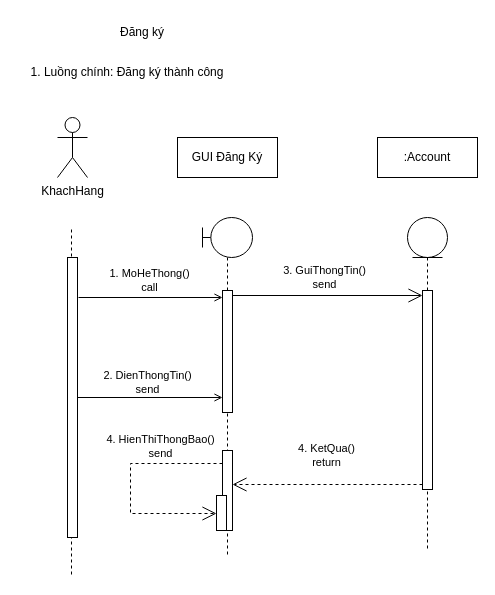
The draw.io diagram page "Biểu đồ trình tự" (4 of 4) of CMC/Phân tích và thiết kế hệ thống/BÀI TẬP PHÂN TÍCH THIẾT KẾ HƯỚNG ĐỐI TƯỢNG.drawio in tranthihuong-753/test, before the edit. Source tidied: cells renumbered, new cells numbered last; positions are measured from the earlier drawing's top-left corner, leaving out a move shared by most shapes. Both pictures are drawn from the tidied source at 100%, with x=0, y=0 at pixel (17, 17).
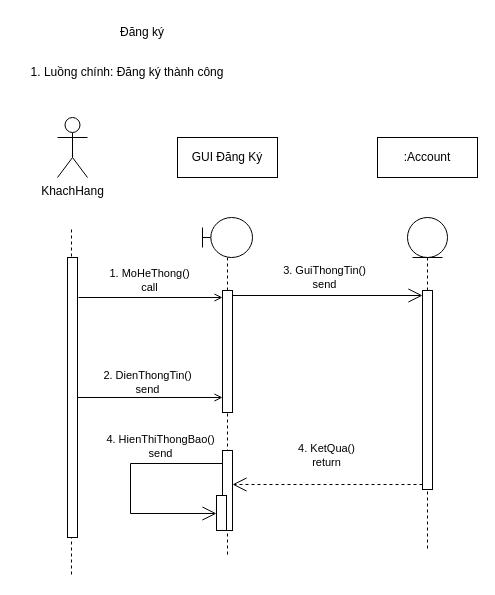
Above is the later version.

Commit message:
Cập nhật BÀI TẬP PHÂN TÍCH THIẾT KẾ HƯỚNG ĐỐI TƯỢNG.drawio

Unchanged cells that the change refers to:
```xml
<mxCell id="8" style="shape=umlLifeline;perimeter=lifelinePerimeter;whiteSpace=wrap;html=1;newEdgeStyle={&quot;curved&quot;:0,&quot;rounded&quot;:0};participant=umlBoundary;" parent="1" vertex="1">
  <mxGeometry x="185" y="200" width="50" height="337" as="geometry" />
</mxCell>
<mxCell id="10" style="html=1;points=[[0,0,0,0,5],[0,1,0,0,-5],[1,0,0,0,5],[1,1,0,0,-5]];perimeter=orthogonalPerimeter;outlineConnect=0;targetShapes=umlLifeline;portConstraint=eastwest;newEdgeStyle={&quot;curved&quot;:0,&quot;rounded&quot;:0};" parent="8" vertex="1">
  <mxGeometry x="20" y="233" width="10" height="80" as="geometry" />
</mxCell>
<mxCell id="11" style="html=1;points=[[0,0,0,0,5],[0,1,0,0,-5],[1,0,0,0,5],[1,1,0,0,-5]];perimeter=orthogonalPerimeter;outlineConnect=0;targetShapes=umlLifeline;portConstraint=eastwest;newEdgeStyle={&quot;curved&quot;:0,&quot;rounded&quot;:0};" parent="8" vertex="1">
  <mxGeometry x="14" y="278" width="10" height="35" as="geometry" />
</mxCell>
```

Diff of the diagram source:
```diff
@@
-    <mxCell id="12" value="4. HienThiThongBao()&lt;div&gt;send&lt;/div&gt;" style="endArrow=open;endFill=1;endSize=12;html=1;rounded=0;dashed=1;edgeStyle=orthogonalEdgeStyle;" parent="8" edge="1" source="10" target="11">
+    <mxCell id="12" value="4. HienThiThongBao()&lt;div&gt;send&lt;/div&gt;" style="endArrow=open;endFill=1;endSize=12;html=1;rounded=0;edgeStyle=orthogonalEdgeStyle;" parent="8" edge="1" source="10" target="11">
       <mxGeometry x="-0.46" y="-17" relative="1" as="geometry">
         <Array as="points">
           <mxPoint x="-72" y="246" />
           <mxPoint x="-72" y="296" />
         </Array>
       </mxGeometry>
     </mxCell>
```
